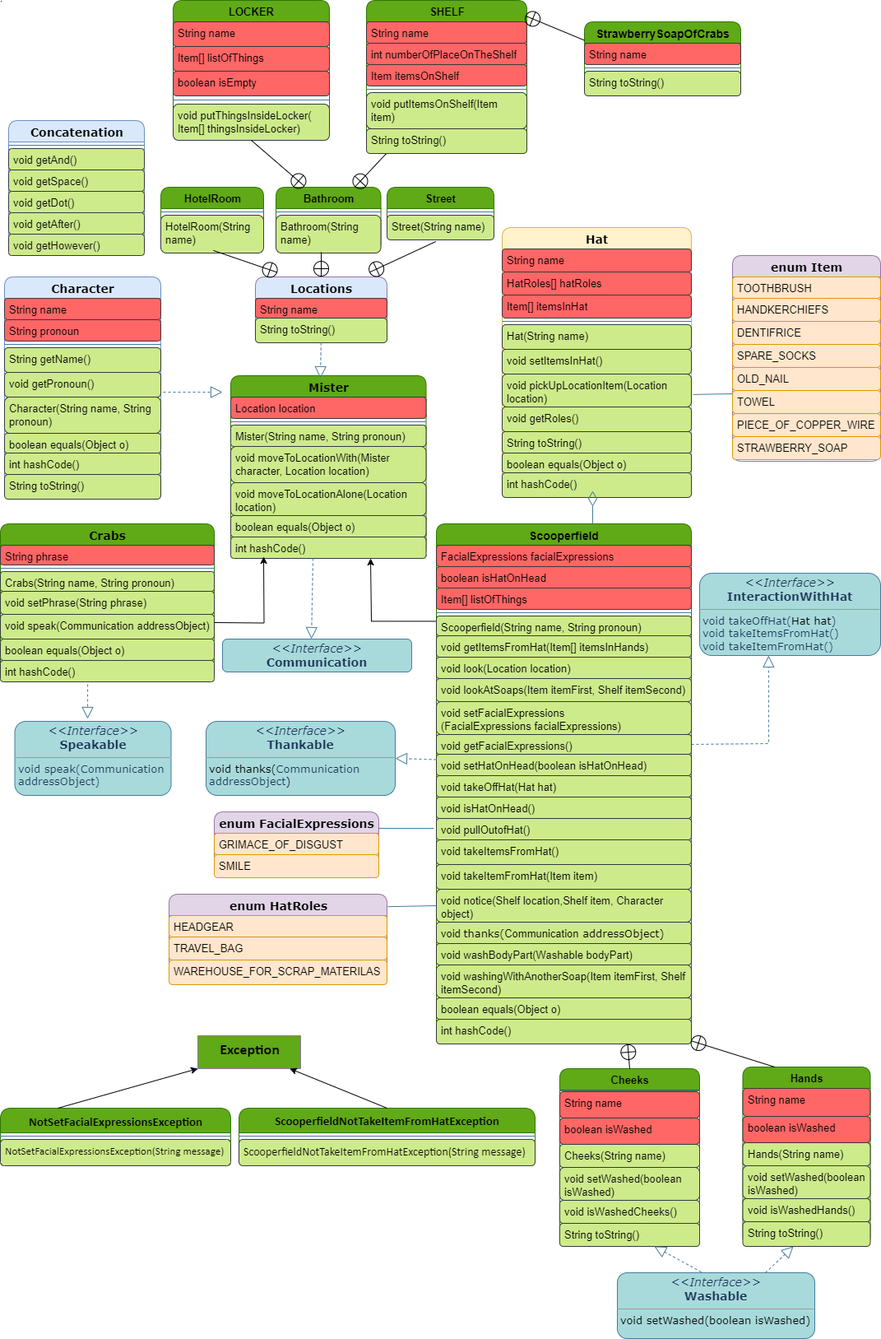
The draw.io diagram src/main/resources/UML.png in WillSpector/LAB_WORK_3, before a commit. Source tidied: cells renumbered, new cells last; positions are measured from the earlier drawing's top-left corner, leaving out a move shared by most shapes.
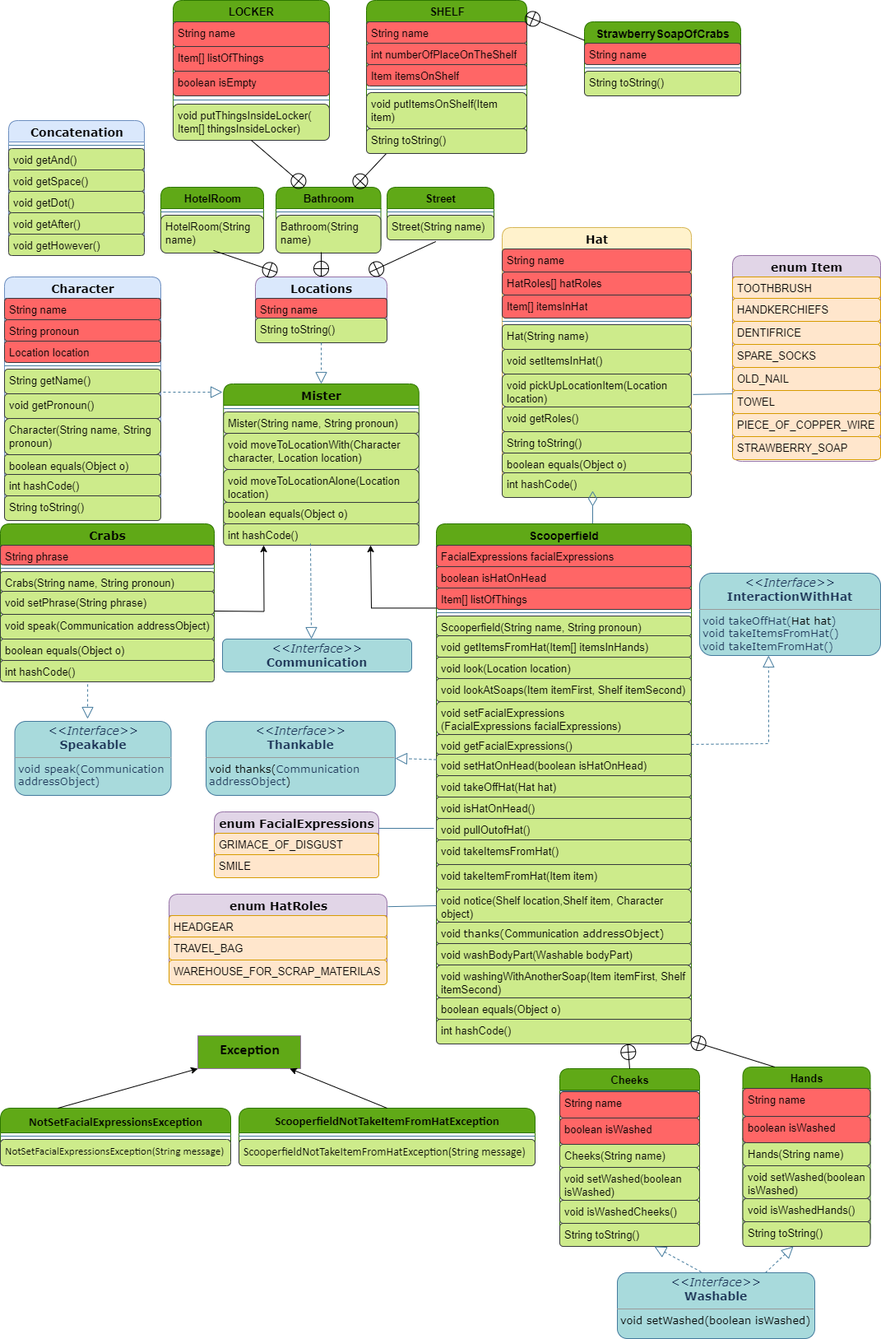
After the change.

Commit message:
1.Updated UML 2. Relocated Location Location; 3.Changed method oveToLocationWith

What changed in the source:
```diff
@@ -3,28 +3,25 @@
     <mxCell id="0" />
     <mxCell id="1" parent="0" />
     <mxCell id="2" value="&lt;font color=&quot;#000000&quot; style=&quot;font-size: 14px;&quot;&gt;Mister&lt;/font&gt;&lt;div style=&quot;font-size: 14px;&quot;&gt;&lt;br&gt;&lt;/div&gt;" style="swimlane;html=1;fontStyle=1;align=center;verticalAlign=top;horizontal=1;startSize=26;swimlaneFillColor=#ffffff;rounded=1;shadow=0;comic=0;labelBackgroundColor=none;strokeWidth=1;fillColor=#60A917;fontFamily=Verdana;fontSize=12;strokeColor=#2D7600;fontColor=#ffffff;" parent="1" vertex="1">
-      <mxGeometry x="280" y="456" width="237.5" height="222" as="geometry" />
+      <mxGeometry x="271.2" y="466" width="237.5" height="196" as="geometry" />
     </mxCell>
-    <mxCell id="3" value="Location location" style="text;html=1;strokeColor=#36393d;fillColor=#FF6666;align=left;verticalAlign=top;spacingLeft=4;spacingRight=4;whiteSpace=wrap;overflow=hidden;labelBackgroundColor=none;rounded=1;fontSize=13;" parent="2" vertex="1">
-      <mxGeometry y="26" width="237.5" height="26" as="geometry" />
-    </mxCell>
     <mxCell id="4" style="line;html=1;strokeWidth=1;fillColor=none;align=left;verticalAlign=middle;spacingTop=-1;spacingLeft=3;spacingRight=3;labelPosition=right;labelBackgroundColor=none;strokeColor=#457B9D;fontColor=#1D3557;rounded=1;" parent="2" vertex="1">
-      <mxGeometry y="52" width="237.5" height="8" as="geometry" />
+      <mxGeometry y="26" width="237.5" height="8" as="geometry" />
     </mxCell>
     <mxCell id="5" value="Mister(String name, String pronoun)" style="text;html=1;strokeColor=#36393d;fillColor=#cdeb8b;align=left;verticalAlign=top;spacingLeft=4;spacingRight=4;whiteSpace=wrap;overflow=hidden;labelBackgroundColor=none;rounded=1;fontSize=13;" parent="2" vertex="1">
-      <mxGeometry y="60" width="237.5" height="26" as="geometry" />
+      <mxGeometry y="34" width="237.5" height="26" as="geometry" />
     </mxCell>
-    <mxCell id="6" value="void moveToLocationWith(Mister character, Location location)" style="text;html=1;strokeColor=#36393d;fillColor=#cdeb8b;align=left;verticalAlign=top;spacingLeft=4;spacingRight=4;whiteSpace=wrap;overflow=hidden;labelBackgroundColor=none;rounded=1;fontSize=13;" parent="2" vertex="1">
-      <mxGeometry y="86" width="237.5" height="44" as="geometry" />
+    <mxCell id="6" value="void moveToLocationWith(Character character, Location location)" style="text;html=1;strokeColor=#36393d;fillColor=#cdeb8b;align=left;verticalAlign=top;spacingLeft=4;spacingRight=4;whiteSpace=wrap;overflow=hidden;labelBackgroundColor=none;rounded=1;fontSize=13;" parent="2" vertex="1">
+      <mxGeometry y="60" width="237.5" height="44" as="geometry" />
     </mxCell>
     <mxCell id="7" value="void moveToLocationAlone(Location location)" style="text;html=1;strokeColor=#36393d;fillColor=#cdeb8b;align=left;verticalAlign=top;spacingLeft=4;spacingRight=4;whiteSpace=wrap;overflow=hidden;labelBackgroundColor=none;rounded=1;fontSize=13;" parent="2" vertex="1">
-      <mxGeometry y="130" width="237.5" height="40" as="geometry" />
+      <mxGeometry y="104" width="237.5" height="40" as="geometry" />
     </mxCell>
     <mxCell id="8" value="boolean equals(Object o)" style="text;html=1;strokeColor=#36393d;fillColor=#cdeb8b;align=left;verticalAlign=top;spacingLeft=4;spacingRight=4;whiteSpace=wrap;overflow=hidden;labelBackgroundColor=none;rounded=1;fontSize=13;" parent="2" vertex="1">
-      <mxGeometry y="170" width="237.5" height="26" as="geometry" />
+      <mxGeometry y="144" width="237.5" height="26" as="geometry" />
     </mxCell>
     <mxCell id="9" value="int hashCode()" style="text;html=1;strokeColor=#36393d;fillColor=#cdeb8b;align=left;verticalAlign=top;spacingLeft=4;spacingRight=4;whiteSpace=wrap;overflow=hidden;points=[[0,0.5],[1,0.5]];portConstraint=eastwest;labelBackgroundColor=none;rounded=1;fontSize=13;" parent="2" vertex="1">
-      <mxGeometry y="196" width="237.5" height="26" as="geometry" />
+      <mxGeometry y="170" width="237.5" height="26" as="geometry" />
     </mxCell>
     <mxCell id="10" value="&lt;font style=&quot;font-size: 14px;&quot;&gt;Locations&lt;/font&gt;" style="swimlane;html=1;fontStyle=1;align=center;verticalAlign=top;horizontal=1;startSize=26;swimlaneFillColor=#ffffff;rounded=1;shadow=0;comic=0;labelBackgroundColor=none;strokeWidth=1;fillColor=#DAE8FC;fontFamily=Verdana;fontSize=12;strokeColor=#9673a6;" parent="1" vertex="1">
       <mxGeometry x="310" y="336" width="160" height="80" as="geometry" />
@@ -161,15 +158,16 @@
     </mxCell>
     <mxCell id="50" style="edgeStyle=orthogonalEdgeStyle;rounded=0;orthogonalLoop=1;jettySize=auto;html=1;exitX=1;exitY=0;exitDx=0;exitDy=0;" parent="1" edge="1">
       <mxGeometry relative="1" as="geometry">
-        <mxPoint x="260" y="756" as="sourcePoint" />
-        <mxPoint x="320" y="676" as="targetPoint" />
+        <mxPoint x="260" y="742" as="sourcePoint" />
+        <mxPoint x="320" y="662" as="targetPoint" />
       </mxGeometry>
     </mxCell>
-    <mxCell id="51" style="edgeStyle=orthogonalEdgeStyle;rounded=0;jettySize=auto;html=1;exitX=0;exitY=0.267;exitDx=0;exitDy=0;exitPerimeter=0;" parent="1" edge="1" source="75">
+    <mxCell id="51" style="edgeStyle=orthogonalEdgeStyle;rounded=0;orthogonalLoop=1;jettySize=auto;html=1;exitX=0;exitY=0.267;exitDx=0;exitDy=0;exitPerimeter=0;" parent="1" edge="1">
       <mxGeometry relative="1" as="geometry">
-        <mxPoint x="450" y="678" as="targetPoint" />
+        <mxPoint x="530" y="738.4" as="sourcePoint" />
+        <mxPoint x="450" y="662" as="targetPoint" />
         <Array as="points">
-          <mxPoint x="451" y="754" />
+          <mxPoint x="451" y="738" />
         </Array>
       </mxGeometry>
     </mxCell>
@@ -177,7 +175,7 @@
       <mxGeometry x="250" y="876" width="230" height="90" as="geometry" />
     </mxCell>
     <mxCell id="53" value="&lt;font style=&quot;font-size: 14px;&quot;&gt;Character&lt;/font&gt;" style="swimlane;html=1;fontStyle=1;align=center;verticalAlign=top;horizontal=1;startSize=26;swimlaneFillColor=#ffffff;rounded=1;shadow=0;comic=0;labelBackgroundColor=none;strokeWidth=1;fillColor=#dae8fc;fontFamily=Verdana;fontSize=12;strokeColor=#6c8ebf;" parent="1" vertex="1">
-      <mxGeometry x="5" y="336" width="190" height="270" as="geometry" />
+      <mxGeometry x="5" y="336" width="190" height="296" as="geometry" />
     </mxCell>
     <mxCell id="54" value="String name" style="text;html=1;strokeColor=#36393d;fillColor=#FF6666;align=left;verticalAlign=top;spacingLeft=4;spacingRight=4;whiteSpace=wrap;overflow=hidden;labelBackgroundColor=none;rounded=1;fontSize=13;" parent="53" vertex="1">
       <mxGeometry y="26" width="190" height="26" as="geometry" />
@@ -185,26 +183,29 @@
     <mxCell id="55" value="String pronoun" style="text;html=1;strokeColor=#36393d;fillColor=#FF6666;align=left;verticalAlign=top;spacingLeft=4;spacingRight=4;whiteSpace=wrap;overflow=hidden;labelBackgroundColor=none;rounded=1;fontSize=13;" parent="53" vertex="1">
       <mxGeometry y="52" width="190" height="26" as="geometry" />
     </mxCell>
+    <mxCell id="3" value="Location location" style="text;html=1;strokeColor=#36393d;fillColor=#FF6666;align=left;verticalAlign=top;spacingLeft=4;spacingRight=4;whiteSpace=wrap;overflow=hidden;labelBackgroundColor=none;rounded=1;fontSize=13;" parent="53" vertex="1">
+      <mxGeometry y="78" width="190" height="26" as="geometry" />
+    </mxCell>
     <mxCell id="56" style="line;html=1;strokeWidth=1;fillColor=none;align=left;verticalAlign=middle;spacingTop=-1;spacingLeft=3;spacingRight=3;labelPosition=right;labelBackgroundColor=none;strokeColor=#457B9D;fontColor=#1D3557;rounded=1;" parent="53" vertex="1">
-      <mxGeometry y="78" width="190" height="8" as="geometry" />
+      <mxGeometry y="104" width="190" height="8" as="geometry" />
     </mxCell>
     <mxCell id="57" value="String getName()" style="text;html=1;strokeColor=#36393d;fillColor=#cdeb8b;align=left;verticalAlign=top;spacingLeft=4;spacingRight=4;whiteSpace=wrap;overflow=hidden;labelBackgroundColor=none;rounded=1;fontSize=13;" parent="53" vertex="1">
-      <mxGeometry y="86" width="190" height="30" as="geometry" />
+      <mxGeometry y="112" width="190" height="30" as="geometry" />
     </mxCell>
     <mxCell id="58" value="void getPronoun()" style="text;html=1;strokeColor=#36393d;fillColor=#cdeb8b;align=left;verticalAlign=top;spacingLeft=4;spacingRight=4;whiteSpace=wrap;overflow=hidden;labelBackgroundColor=none;rounded=1;fontSize=13;" parent="53" vertex="1">
-      <mxGeometry y="116" width="190" height="30" as="geometry" />
+      <mxGeometry y="142" width="190" height="30" as="geometry" />
     </mxCell>
     <mxCell id="59" value="Character(String name, String pronoun&lt;span style=&quot;background-color: initial;&quot;&gt;)&lt;/span&gt;" style="text;html=1;strokeColor=#36393d;fillColor=#cdeb8b;align=left;verticalAlign=top;spacingLeft=4;spacingRight=4;whiteSpace=wrap;overflow=hidden;labelBackgroundColor=none;rounded=1;fontSize=13;" parent="53" vertex="1">
-      <mxGeometry y="146" width="190" height="44" as="geometry" />
+      <mxGeometry y="172" width="190" height="44" as="geometry" />
     </mxCell>
     <mxCell id="60" value="boolean equals(Object o)" style="text;html=1;align=left;verticalAlign=top;spacingLeft=4;spacingRight=4;whiteSpace=wrap;overflow=hidden;labelBackgroundColor=none;rounded=1;fillColor=#cdeb8b;strokeColor=#36393d;fontSize=13;" parent="53" vertex="1">
-      <mxGeometry y="190" width="190" height="24" as="geometry" />
+      <mxGeometry y="216" width="190" height="24" as="geometry" />
     </mxCell>
     <mxCell id="61" value="int hashCode()" style="text;html=1;align=left;verticalAlign=top;spacingLeft=4;spacingRight=4;whiteSpace=wrap;overflow=hidden;labelBackgroundColor=none;rounded=1;fillColor=#cdeb8b;strokeColor=#36393d;fontSize=13;" parent="53" vertex="1">
-      <mxGeometry y="214" width="190" height="26" as="geometry" />
+      <mxGeometry y="240" width="190" height="26" as="geometry" />
     </mxCell>
     <mxCell id="62" value="String toString()" style="text;html=1;align=left;verticalAlign=top;spacingLeft=4;spacingRight=4;whiteSpace=wrap;overflow=hidden;labelBackgroundColor=none;rounded=1;fillColor=#cdeb8b;strokeColor=#36393d;fontSize=13;" parent="53" vertex="1">
-      <mxGeometry y="240" width="190" height="30" as="geometry" />
+      <mxGeometry y="266" width="190" height="30" as="geometry" />
     </mxCell>
     <mxCell id="63" value="&lt;span style=&quot;font-size: 14px;&quot;&gt;Concatenation&lt;/span&gt;" style="swimlane;html=1;fontStyle=1;align=center;verticalAlign=top;horizontal=1;startSize=26;swimlaneFillColor=#ffffff;rounded=1;shadow=0;comic=0;labelBackgroundColor=none;strokeWidth=1;fillColor=#dae8fc;fontFamily=Verdana;fontSize=12;strokeColor=#6c8ebf;" parent="1" vertex="1">
       <mxGeometry x="10" y="146" width="165" height="164" as="geometry" />
@@ -475,7 +476,7 @@
     <mxCell id="151" style="endArrow=circlePlus;startArrow=none;endFill=0;startFill=0;endSize=8;html=1;labelBackgroundColor=none;rounded=0;entryX=0.75;entryY=1;entryDx=0;entryDy=0;exitX=0.5;exitY=0;exitDx=0;exitDy=0;" parent="1" edge="1" source="135" target="70">
       <mxGeometry relative="1" as="geometry" />
     </mxCell>
-    <mxCell id="152" style="endArrow=block;dashed=1;endFill=0;endSize=12;html=1;rounded=0;strokeColor=#457B9D;fontColor=#1D3557;fillColor=#A8DADC;entryX=0.459;entryY=0.014;entryDx=0;entryDy=0;entryPerimeter=0;" parent="1" edge="1" source="13" target="2">
+    <mxCell id="152" style="endArrow=block;dashed=1;endFill=0;endSize=12;html=1;rounded=0;strokeColor=#457B9D;fontColor=#1D3557;fillColor=#A8DADC;entryX=0.5;entryY=0;entryDx=0;entryDy=0;entryPerimeter=0;" parent="1" edge="1" source="13" target="2">
       <mxGeometry relative="1" as="geometry" />
     </mxCell>
     <mxCell id="153" style="endArrow=circlePlus;startArrow=none;endFill=0;startFill=0;endSize=8;html=1;labelBackgroundColor=none;rounded=0;entryX=0.5;entryY=0;entryDx=0;entryDy=0;" parent="1" edge="1" target="10">
@@ -483,10 +484,8 @@
         <mxPoint x="390" y="306" as="sourcePoint" />
       </mxGeometry>
     </mxCell>
-    <mxCell id="154" style="endArrow=block;dashed=1;endFill=0;endSize=12;html=1;rounded=0;strokeColor=#457B9D;fontColor=#1D3557;fillColor=#A8DADC;entryX=0.47;entryY=0;entryDx=0;entryDy=0;exitX=0.421;exitY=1.269;exitDx=0;exitDy=0;exitPerimeter=0;entryPerimeter=0;" parent="1" edge="1" target="134">
-      <mxGeometry relative="1" as="geometry">
-        <mxPoint x="380" y="678" as="sourcePoint" />
-      </mxGeometry>
+    <mxCell id="154" style="endArrow=block;dashed=1;endFill=0;endSize=12;html=1;rounded=0;strokeColor=#457B9D;fontColor=#1D3557;fillColor=#A8DADC;entryX=0.47;entryY=0;entryDx=0;entryDy=0;exitX=0.445;exitY=0.923;exitDx=0;exitDy=0;exitPerimeter=0;entryPerimeter=0;" parent="1" edge="1" source="9" target="134">
+      <mxGeometry relative="1" as="geometry" />
     </mxCell>
     <mxCell id="155" value="&lt;font style=&quot;font-size: 14px;&quot;&gt;enum FacialExpressions&lt;/font&gt;" style="swimlane;html=1;fontStyle=1;align=center;verticalAlign=top;horizontal=1;startSize=26;swimlaneFillColor=#ffffff;rounded=1;shadow=0;comic=0;labelBackgroundColor=none;strokeWidth=1;fillColor=#e1d5e7;fontFamily=Verdana;fontSize=12;strokeColor=#9673a6;" parent="1" vertex="1">
       <mxGeometry x="260" y="986" width="200" height="80" as="geometry" />
```
